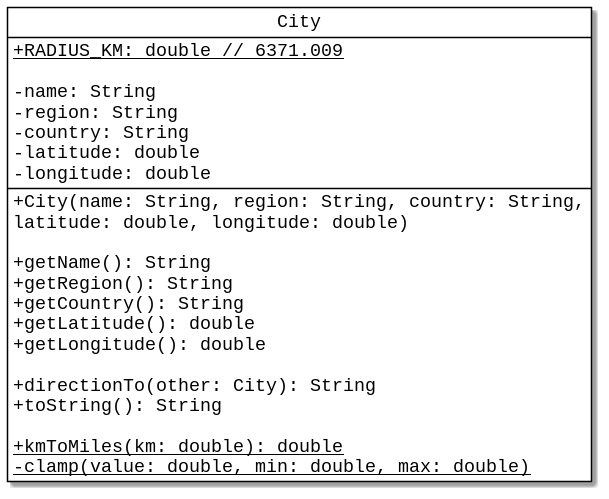
Earlier version of the PlantUML export figs/ch12/city.png (jdeisenberg/ThinkJava2Exercises). Its source is kept beside it as figs/ch12/city.puml. Source of this version:
```plantuml
@startuml
skinparam classbackgroundcolor #ffffff
skinparam classdiamondbackgroundcolor #ffffff
skinparam classdiamondbordercolor #000000
skinparam classbordercolor #000000
skinparam classfontsize 18
skinparam classfontname "Liberation Mono"
skinparam classattributefontsize 18
skinparam classattributefontname "Liberation Mono"
skinparam classAttributeIconSize 0
hide circle
class City {
  {static} + RADIUS_KM: double // 6371.009

  - name: String
  - region: String
  - country: String
  - latitude: double
  - longitude: double

  + City(name: String, region: String, country: String,
     latitude: double, longitude: double)

  + getName(): String
  + getRegion(): String
  + getCountry(): String
  + getLatitude(): double
  + getLongitude(): double

  + distance(other: City): String
  + toString(): String

  {static} + kmToMiles(km: double): double
  {static} - clamp(value: double, min: double, max: double)
}
@enduml
```
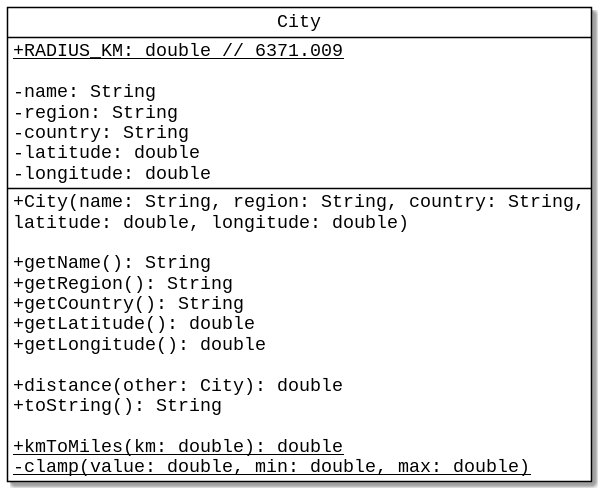
The same diagram one commit later.

Commit message:
Continue with City exercise.

Diff of the diagram source:
```diff
@@ -27,8 +27,8 @@
   + getLatitude(): double
   + getLongitude(): double
 
-  + distance(other: City): String
   + toString(): String
+  + distance(other: City): double
 
   {static} + kmToMiles(km: double): double
   {static} - clamp(value: double, min: double, max: double)
```
